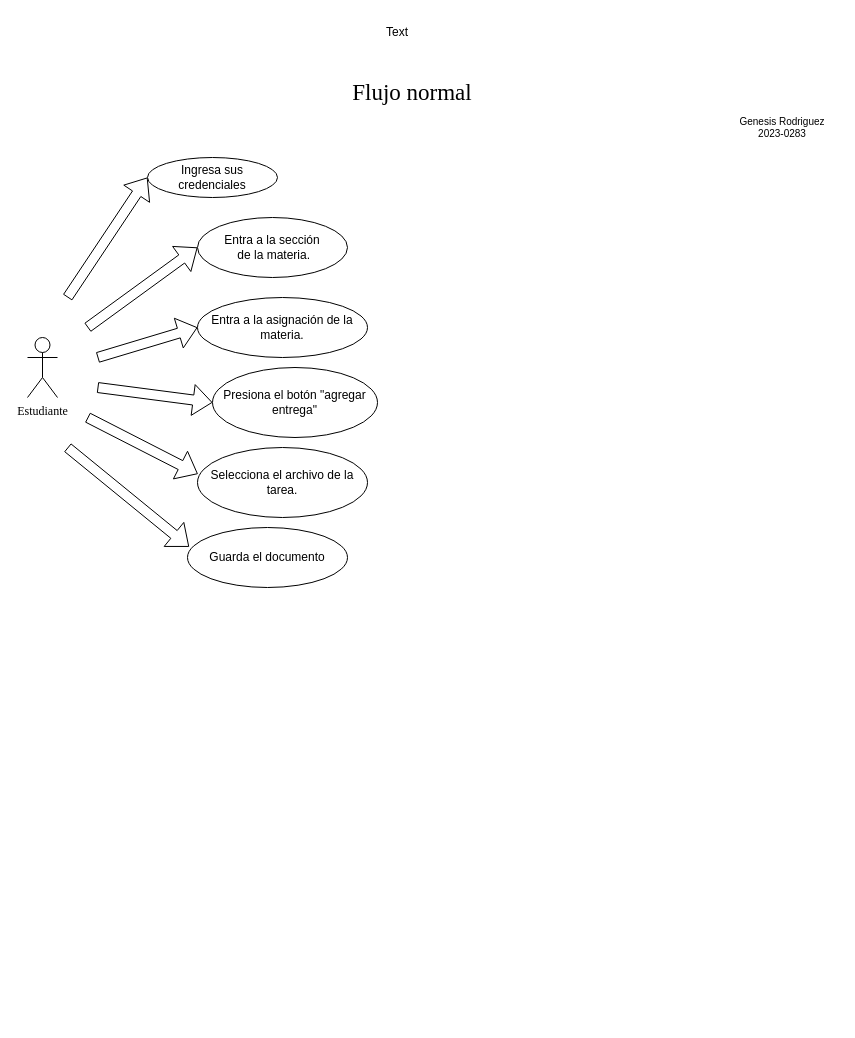
This is Untitled Diagram.drawio from GnesisR/DCU, a draw.io file, before an edit. Source tidied: cells renumbered, new cells numbered last; positions are measured from the earlier drawing's top-left corner, leaving out a move shared by most shapes. Both pictures are drawn from the tidied source at 100%, with x=0, y=0 at pixel (27, 17).
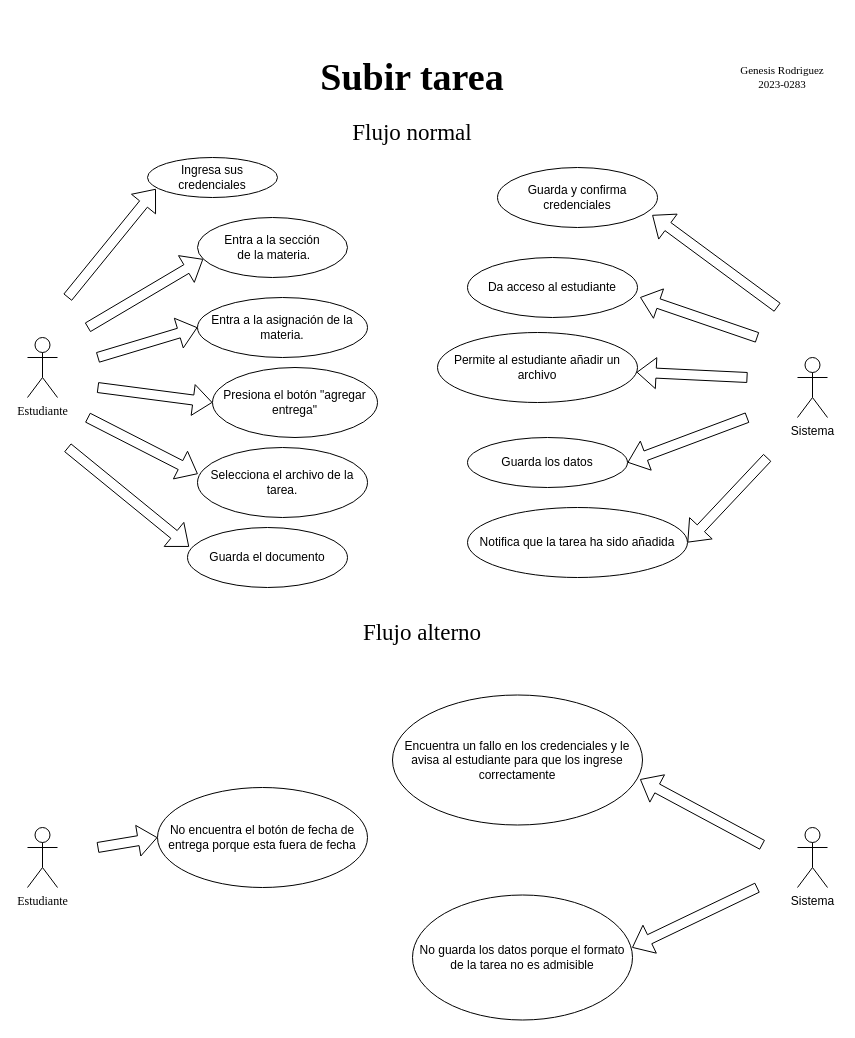
The same diagram, later.

Commit message:
Escenarios de casos de uso: Subir tarea

The change refers to these unchanged cells:
```xml
<mxCell id="5" value="Ingresa sus credenciales" style="ellipse;whiteSpace=wrap;html=1;" parent="1" vertex="1">
  <mxGeometry x="120" y="140" width="130" height="40" as="geometry" />
</mxCell>
<mxCell id="7" value="Entra a la sección&lt;div&gt;&amp;nbsp;de la materia.&lt;/div&gt;" style="ellipse;whiteSpace=wrap;html=1;" parent="1" vertex="1">
  <mxGeometry x="170" y="200" width="150" height="60" as="geometry" />
</mxCell>
```

What changed in the source:
```diff
@@
     <mxCell id="3" value="Flujo normal" style="text;html=1;align=center;verticalAlign=middle;whiteSpace=wrap;rounded=0;fontFamily=Times New Roman;fontSize=23;" parent="1" vertex="1">
-      <mxGeometry x="290" y="60" width="190" height="30" as="geometry" />
+      <mxGeometry x="290" y="100" width="190" height="30" as="geometry" />
     </mxCell>
-    <mxCell id="4" style="shape=flexArrow;endArrow=classic;html=1;rounded=0;entryX=0;entryY=0.5;entryDx=0;entryDy=0;" parent="1" edge="1" target="5">
+    <mxCell id="4" style="shape=flexArrow;endArrow=classic;html=1;rounded=0;entryX=0.064;entryY=0.785;entryDx=0;entryDy=0;entryPerimeter=0;" parent="1" edge="1" target="5">
       <mxGeometry relative="1" as="geometry">
         <mxPoint x="40" y="280" as="sourcePoint" />
       </mxGeometry>
     </mxCell>
@@
-    <mxCell id="6" style="shape=flexArrow;endArrow=classic;html=1;rounded=0;entryX=0;entryY=0.5;entryDx=0;entryDy=0;" parent="1" edge="1" target="7">
+    <mxCell id="6" style="shape=flexArrow;endArrow=classic;html=1;rounded=0;entryX=0.038;entryY=0.693;entryDx=0;entryDy=0;entryPerimeter=0;" parent="1" edge="1" target="7">
       <mxGeometry relative="1" as="geometry">
         <mxPoint x="60" y="310" as="sourcePoint" />
       </mxGeometry>
     </mxCell>
@@
-    <mxCell id="16" value="&lt;p style=&quot;font-size: 10px;&quot; align=&quot;center&quot; class=&quot;MsoNormal&quot;&gt;&lt;span style=&quot;font-size: 10px;&quot;&gt;Genesis Rodriguez 2023-0283&lt;/span&gt;&lt;/p&gt;" style="text;html=1;align=center;verticalAlign=middle;whiteSpace=wrap;rounded=0;fontSize=10;" parent="1" vertex="1">
-      <mxGeometry x="700" y="80" width="110" height="60" as="geometry" />
+    <mxCell id="16" value="&lt;p style=&quot;font-size: 11px;&quot; align=&quot;center&quot; class=&quot;MsoNormal&quot;&gt;&lt;span style=&quot;font-size: 11px;&quot;&gt;Genesis Rodriguez 2023-0283&lt;/span&gt;&lt;/p&gt;" style="text;html=1;align=center;verticalAlign=middle;whiteSpace=wrap;rounded=0;fontSize=11;fontFamily=Times New Roman;" parent="1" vertex="1">
+      <mxGeometry x="700" y="30" width="110" height="60" as="geometry" />
     </mxCell>
-    <mxCell id="17" value="Text" style="text;html=1;align=center;verticalAlign=middle;whiteSpace=wrap;rounded=0;" parent="1" vertex="1">
-      <mxGeometry x="340" width="60" height="30" as="geometry" />
+    <mxCell id="17" value="&lt;h1 style=&quot;font-size: 38px;&quot;&gt;Subir tarea&lt;/h1&gt;" style="text;html=1;align=center;verticalAlign=middle;whiteSpace=wrap;rounded=0;fontSize=38;fontFamily=Times New Roman;" parent="1" vertex="1">
+      <mxGeometry x="265" y="45" width="240" height="30" as="geometry" />
     </mxCell>
+    <mxCell id="18" value="Sistema" style="shape=umlActor;verticalLabelPosition=bottom;verticalAlign=top;html=1;" parent="1" vertex="1">
+      <mxGeometry x="770" y="340" width="30" height="60" as="geometry" />
+    </mxCell>
+    <mxCell id="19" style="shape=flexArrow;endArrow=classic;html=1;rounded=0;entryX=0.967;entryY=0.792;entryDx=0;entryDy=0;entryPerimeter=0;" parent="1" edge="1" target="20">
+      <mxGeometry relative="1" as="geometry">
+        <mxPoint x="750" y="290" as="sourcePoint" />
+      </mxGeometry>
+    </mxCell>
+    <mxCell id="20" value="Guarda y confirma credenciales" style="ellipse;whiteSpace=wrap;html=1;" parent="1" vertex="1">
+      <mxGeometry x="470" y="150" width="160" height="60" as="geometry" />
+    </mxCell>
+    <mxCell id="21" style="shape=flexArrow;endArrow=classic;html=1;rounded=0;entryX=1.015;entryY=0.663;entryDx=0;entryDy=0;entryPerimeter=0;" parent="1" edge="1" target="22">
+      <mxGeometry relative="1" as="geometry">
+        <mxPoint x="730" y="320" as="sourcePoint" />
+      </mxGeometry>
+    </mxCell>
+    <mxCell id="22" value="Da acceso al estudiante" style="ellipse;whiteSpace=wrap;html=1;" parent="1" vertex="1">
+      <mxGeometry x="440" y="240" width="170" height="60" as="geometry" />
+    </mxCell>
+    <mxCell id="23" style="shape=flexArrow;endArrow=classic;html=1;rounded=0;" parent="1" edge="1" target="24">
+      <mxGeometry relative="1" as="geometry">
+        <mxPoint x="720" y="360" as="sourcePoint" />
+      </mxGeometry>
+    </mxCell>
+    <mxCell id="24" value="Permite al estudiante añadir un archivo" style="ellipse;whiteSpace=wrap;html=1;" parent="1" vertex="1">
+      <mxGeometry x="410" y="315" width="200" height="70" as="geometry" />
+    </mxCell>
+    <mxCell id="25" style="shape=flexArrow;endArrow=classic;html=1;rounded=0;entryX=1;entryY=0.5;entryDx=0;entryDy=0;" parent="1" edge="1" target="26">
+      <mxGeometry relative="1" as="geometry">
+        <mxPoint x="720" y="400" as="sourcePoint" />
+      </mxGeometry>
+    </mxCell>
+    <mxCell id="26" value="Guarda los datos" style="ellipse;whiteSpace=wrap;html=1;" parent="1" vertex="1">
+      <mxGeometry x="440" y="420" width="160" height="50" as="geometry" />
+    </mxCell>
+    <mxCell id="27" style="shape=flexArrow;endArrow=classic;html=1;rounded=0;entryX=1;entryY=0.5;entryDx=0;entryDy=0;" parent="1" edge="1" target="28">
+      <mxGeometry relative="1" as="geometry">
+        <mxPoint x="740" y="440" as="sourcePoint" />
+      </mxGeometry>
+    </mxCell>
+    <mxCell id="28" value="Notifica que la tarea ha sido añadida" style="ellipse;whiteSpace=wrap;html=1;" parent="1" vertex="1">
+      <mxGeometry x="440" y="490" width="220" height="70" as="geometry" />
+    </mxCell>
+    <mxCell id="29" value="Estudiante" style="shape=umlActor;verticalLabelPosition=bottom;verticalAlign=top;html=1;shadow=0;gradientColor=none;fontFamily=Times New Roman;" parent="1" vertex="1">
+      <mxGeometry y="810" width="30" height="60" as="geometry" />
+    </mxCell>
+    <mxCell id="30" style="shape=flexArrow;endArrow=classic;html=1;rounded=0;entryX=0;entryY=0.5;entryDx=0;entryDy=0;" parent="1" edge="1" target="31">
+      <mxGeometry relative="1" as="geometry">
+        <mxPoint x="70" y="830" as="sourcePoint" />
+      </mxGeometry>
+    </mxCell>
+    <mxCell id="31" value="No encuentra el botón de fecha de entrega porque esta fuera de fecha" style="ellipse;whiteSpace=wrap;html=1;" parent="1" vertex="1">
+      <mxGeometry x="130" y="770" width="210" height="100" as="geometry" />
+    </mxCell>
+    <mxCell id="32" value="Sistema" style="shape=umlActor;verticalLabelPosition=bottom;verticalAlign=top;html=1;" parent="1" vertex="1">
+      <mxGeometry x="770" y="810" width="30" height="60" as="geometry" />
+    </mxCell>
+    <mxCell id="33" style="shape=flexArrow;endArrow=classic;html=1;rounded=0;entryX=0.99;entryY=0.648;entryDx=0;entryDy=0;entryPerimeter=0;" parent="1" edge="1" target="34">
+      <mxGeometry relative="1" as="geometry">
+        <mxPoint x="735" y="827.5" as="sourcePoint" />
+      </mxGeometry>
+    </mxCell>
+    <mxCell id="34" value="Encuentra un fallo en los credenciales y le avisa al estudiante para que los ingrese correctamente" style="ellipse;whiteSpace=wrap;html=1;" parent="1" vertex="1">
+      <mxGeometry x="365" y="677.5" width="250" height="130" as="geometry" />
+    </mxCell>
+    <mxCell id="35" style="shape=flexArrow;endArrow=classic;html=1;rounded=0;entryX=0.998;entryY=0.421;entryDx=0;entryDy=0;entryPerimeter=0;" parent="1" edge="1" target="36">
+      <mxGeometry relative="1" as="geometry">
+        <mxPoint x="730" y="870" as="sourcePoint" />
+      </mxGeometry>
+    </mxCell>
+    <mxCell id="36" value="No guarda los datos porque el formato de la tarea no es admisible" style="ellipse;whiteSpace=wrap;html=1;" parent="1" vertex="1">
+      <mxGeometry x="385" y="877.5" width="220" height="125" as="geometry" />
+    </mxCell>
+    <mxCell id="37" value="Flujo alterno" style="text;html=1;align=center;verticalAlign=middle;whiteSpace=wrap;rounded=0;fontFamily=Times New Roman;fontSize=23;" parent="1" vertex="1">
+      <mxGeometry x="300" y="600" width="190" height="30" as="geometry" />
+    </mxCell>
```
